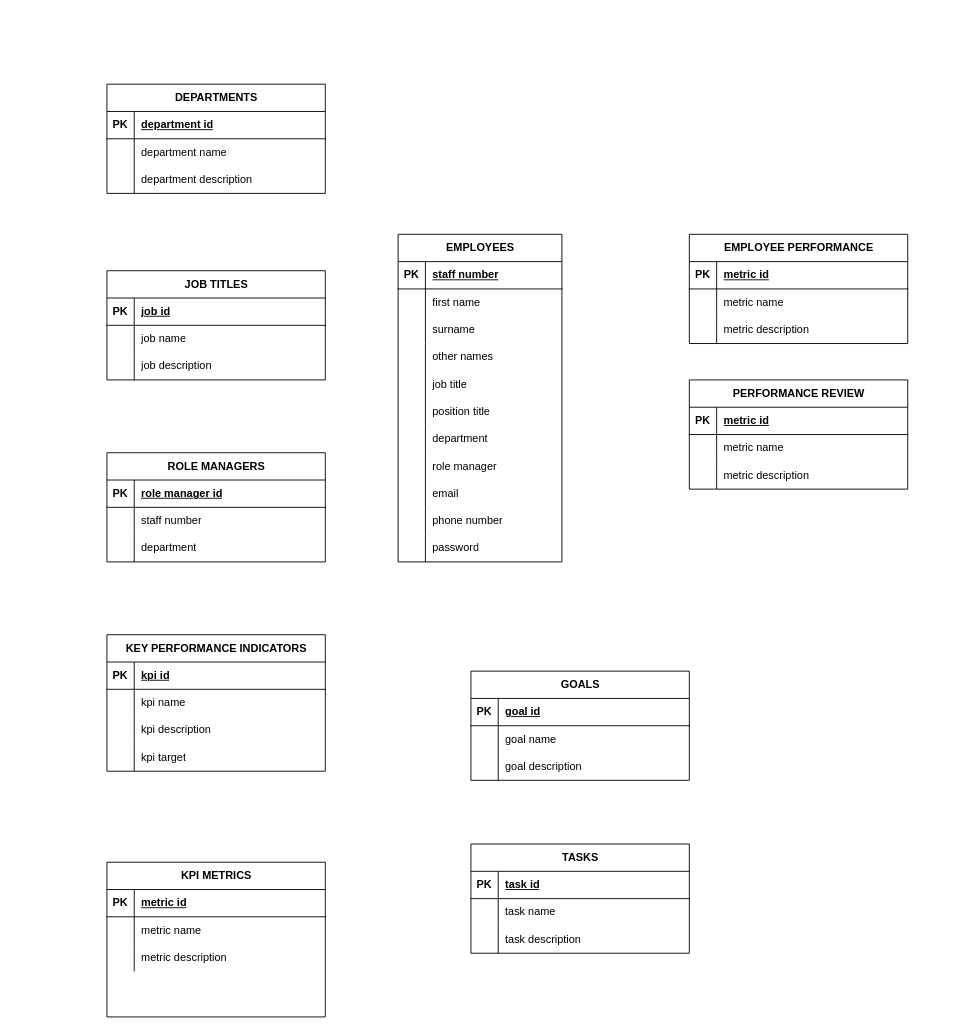
The draw.io diagram PMS.drawio in JohnMugambi/Files, before the edit. Source tidied: cells renumbered, new cells numbered last; positions are measured from the earlier drawing's top-left corner, leaving out a move shared by most shapes. Both pictures are drawn from the tidied source at 91%, with x=0, y=0 at pixel (106, 84).
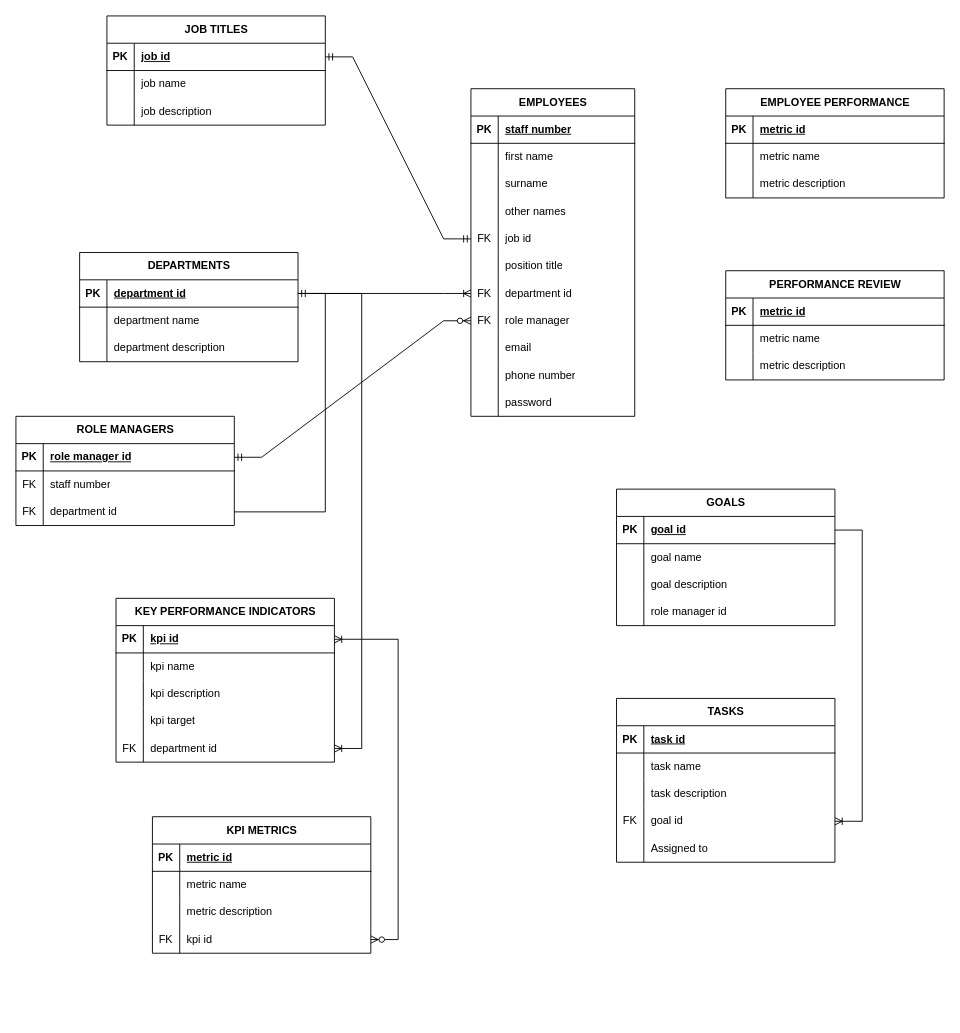
The same diagram, later.

The change refers to these unchanged cells:
```xml
<mxCell id="15" style="shape=tableRow;horizontal=0;startSize=0;swimlaneHead=0;swimlaneBody=0;fillColor=none;points=[[0,0.5],[1,0.5]];portConstraint=eastwest;top=0;left=0;right=0;bottom=0;" parent="2" vertex="1">
  <mxGeometry y="150" width="180" height="30" as="geometry" />
</mxCell>
<mxCell id="21" style="shape=tableRow;horizontal=0;startSize=0;swimlaneHead=0;swimlaneBody=0;fillColor=none;points=[[0,0.5],[1,0.5]];portConstraint=eastwest;top=0;left=0;right=0;bottom=0;" parent="2" vertex="1">
  <mxGeometry y="210" width="180" height="30" as="geometry" />
</mxCell>
<mxCell id="24" style="shape=tableRow;horizontal=0;startSize=0;swimlaneHead=0;swimlaneBody=0;fillColor=none;points=[[0,0.5],[1,0.5]];portConstraint=eastwest;top=0;left=0;right=0;bottom=0;" parent="2" vertex="1">
  <mxGeometry y="240" width="180" height="30" as="geometry" />
</mxCell>
<mxCell id="37" style="shape=tableRow;horizontal=0;startSize=0;swimlaneHead=0;swimlaneBody=0;fillColor=none;points=[[0,0.5],[1,0.5]];portConstraint=eastwest;top=0;left=0;right=0;bottom=1;" parent="36" vertex="1">
  <mxGeometry y="30" width="240" height="30" as="geometry" />
</mxCell>
<mxCell id="57" style="shape=tableRow;horizontal=0;startSize=0;swimlaneHead=0;swimlaneBody=0;fillColor=none;points=[[0,0.5],[1,0.5]];portConstraint=eastwest;top=0;left=0;right=0;bottom=1;" parent="56" vertex="1">
  <mxGeometry y="30" width="240" height="30" as="geometry" />
</mxCell>
<mxCell id="77" style="shape=tableRow;horizontal=0;startSize=0;swimlaneHead=0;swimlaneBody=0;fillColor=none;points=[[0,0.5],[1,0.5]];portConstraint=eastwest;top=0;left=0;right=0;bottom=1;" parent="76" vertex="1">
  <mxGeometry y="30" width="240" height="30" as="geometry" />
</mxCell>
<mxCell id="87" style="shape=tableRow;horizontal=0;startSize=0;swimlaneHead=0;swimlaneBody=0;fillColor=none;points=[[0,0.5],[1,0.5]];portConstraint=eastwest;top=0;left=0;right=0;bottom=1;" parent="86" vertex="1">
  <mxGeometry y="30" width="240" height="30" as="geometry" />
</mxCell>
<mxCell id="90" style="shape=tableRow;horizontal=0;startSize=0;swimlaneHead=0;swimlaneBody=0;fillColor=none;top=0;left=0;right=0;bottom=0;" parent="86" vertex="1">
  <mxGeometry y="60" width="240" height="30" as="geometry" />
</mxCell>
<mxCell id="93" style="shape=tableRow;horizontal=0;startSize=0;swimlaneHead=0;swimlaneBody=0;fillColor=none;points=[[0,0.5],[1,0.5]];portConstraint=eastwest;top=0;left=0;right=0;bottom=0;" parent="86" vertex="1">
  <mxGeometry y="90" width="240" height="30" as="geometry" />
</mxCell>
<mxCell id="97" style="shape=tableRow;horizontal=0;startSize=0;swimlaneHead=0;swimlaneBody=0;fillColor=none;points=[[0,0.5],[1,0.5]];portConstraint=eastwest;top=0;left=0;right=0;bottom=1;" parent="96" vertex="1">
  <mxGeometry y="30" width="240" height="30" as="geometry" />
</mxCell>
```

Change to the diagram source:
```diff
@@
     <mxCell id="2" value="EMPLOYEES" style="shape=table;startSize=30;childLayout=tableLayout;rowLines=0;fontStyle=1;align=center;html=1;" parent="1" vertex="1">
-      <mxGeometry x="320" y="165" width="180" height="360" as="geometry" />
+      <mxGeometry x="400" y="5" width="180" height="360" as="geometry" />
     </mxCell>
@@
-    <mxCell id="16" style="shape=partialRectangle;fillColor=none;top=0;left=0;bottom=0;right=0;overflow=hidden;whiteSpace=wrap;html=1;" parent="15" vertex="1">
+    <mxCell id="16" value="FK" style="shape=partialRectangle;fillColor=none;top=0;left=0;bottom=0;right=0;overflow=hidden;whiteSpace=wrap;html=1;" parent="15" vertex="1">
       <mxGeometry width="30" height="30" as="geometry" />
     </mxCell>
-    <mxCell id="17" value="job title" style="shape=partialRectangle;fillColor=none;top=0;left=0;bottom=0;right=0;align=left;spacingLeft=6;overflow=hidden;whiteSpace=wrap;html=1;" parent="15" vertex="1">
+    <mxCell id="17" value="job id" style="shape=partialRectangle;fillColor=none;top=0;left=0;bottom=0;right=0;align=left;spacingLeft=6;overflow=hidden;whiteSpace=wrap;html=1;" parent="15" vertex="1">
       <mxGeometry x="30" width="150" height="30" as="geometry" />
     </mxCell>
@@
-    <mxCell id="22" style="shape=partialRectangle;fillColor=none;top=0;left=0;bottom=0;right=0;overflow=hidden;whiteSpace=wrap;html=1;" parent="21" vertex="1">
+    <mxCell id="22" value="FK" style="shape=partialRectangle;fillColor=none;top=0;left=0;bottom=0;right=0;overflow=hidden;whiteSpace=wrap;html=1;" parent="21" vertex="1">
       <mxGeometry width="30" height="30" as="geometry" />
     </mxCell>
-    <mxCell id="23" value="department" style="shape=partialRectangle;fillColor=none;top=0;left=0;bottom=0;right=0;align=left;spacingLeft=6;overflow=hidden;whiteSpace=wrap;html=1;" parent="21" vertex="1">
+    <mxCell id="23" value="department id" style="shape=partialRectangle;fillColor=none;top=0;left=0;bottom=0;right=0;align=left;spacingLeft=6;overflow=hidden;whiteSpace=wrap;html=1;" parent="21" vertex="1">
       <mxGeometry x="30" width="150" height="30" as="geometry" />
     </mxCell>
@@
-    <mxCell id="25" style="shape=partialRectangle;fillColor=none;top=0;left=0;bottom=0;right=0;overflow=hidden;whiteSpace=wrap;html=1;" parent="24" vertex="1">
+    <mxCell id="25" value="FK" style="shape=partialRectangle;fillColor=none;top=0;left=0;bottom=0;right=0;overflow=hidden;whiteSpace=wrap;html=1;" parent="24" vertex="1">
       <mxGeometry width="30" height="30" as="geometry" />
     </mxCell>
@@
     <mxCell id="36" value="DEPARTMENTS" style="shape=table;startSize=30;childLayout=tableLayout;rowLines=0;fontStyle=1;align=center;html=1;" parent="1" vertex="1">
-      <mxGeometry width="240" height="120" as="geometry" />
+      <mxGeometry x="-30" y="185" width="240" height="120" as="geometry" />
     </mxCell>
@@
     <mxCell id="46" value="EMPLOYEE PERFORMANCE" style="shape=table;startSize=30;childLayout=tableLayout;rowLines=0;fontStyle=1;align=center;html=1;" parent="1" vertex="1">
-      <mxGeometry x="640" y="165" width="240" height="120" as="geometry" />
+      <mxGeometry x="680" y="5" width="240" height="120" as="geometry" />
     </mxCell>
@@
     <mxCell id="56" value="GOALS" style="shape=table;startSize=30;childLayout=tableLayout;rowLines=0;fontStyle=1;align=center;html=1;" parent="1" vertex="1">
-      <mxGeometry x="400" y="645" width="240" height="120" as="geometry" />
+      <mxGeometry x="560" y="445" width="240" height="150" as="geometry" />
     </mxCell>
@@
+    <mxCell id="129" style="shape=tableRow;horizontal=0;startSize=0;swimlaneHead=0;swimlaneBody=0;fillColor=none;top=0;left=0;right=0;bottom=0;" parent="56" vertex="1">
+      <mxGeometry y="120" width="240" height="30" as="geometry" />
+    </mxCell>
+    <mxCell id="130" style="shape=partialRectangle;fillColor=none;top=0;left=0;bottom=0;right=0;overflow=hidden;whiteSpace=wrap;html=1;" parent="129" vertex="1">
+      <mxGeometry width="30" height="30" as="geometry" />
+    </mxCell>
+    <mxCell id="131" value="role manager id" style="shape=partialRectangle;fillColor=none;top=0;left=0;bottom=0;right=0;align=left;spacingLeft=6;overflow=hidden;whiteSpace=wrap;html=1;" parent="129" vertex="1">
+      <mxGeometry x="30" width="210" height="30" as="geometry" />
+    </mxCell>
     <mxCell id="66" value="PERFORMANCE REVIEW" style="shape=table;startSize=30;childLayout=tableLayout;rowLines=0;fontStyle=1;align=center;html=1;" parent="1" vertex="1">
-      <mxGeometry x="640" y="325" width="240" height="120" as="geometry" />
+      <mxGeometry x="680" y="205" width="240" height="120" as="geometry" />
     </mxCell>
@@
     <mxCell id="76" value="JOB TITLES" style="shape=table;startSize=30;childLayout=tableLayout;rowLines=0;fontStyle=1;align=center;html=1;" parent="1" vertex="1">
-      <mxGeometry y="205" width="240" height="120" as="geometry" />
+      <mxGeometry y="-75" width="240" height="120" as="geometry" />
     </mxCell>
@@
     <mxCell id="86" value="ROLE MANAGERS" style="shape=table;startSize=30;childLayout=tableLayout;rowLines=0;fontStyle=1;align=center;html=1;" parent="1" vertex="1">
-      <mxGeometry y="405" width="240" height="120" as="geometry" />
+      <mxGeometry x="-100" y="365" width="240" height="120" as="geometry" />
     </mxCell>
@@
-    <mxCell id="91" style="shape=partialRectangle;fillColor=none;top=0;left=0;bottom=0;right=0;overflow=hidden;whiteSpace=wrap;html=1;" parent="90" vertex="1">
+    <mxCell id="91" value="FK" style="shape=partialRectangle;fillColor=none;top=0;left=0;bottom=0;right=0;overflow=hidden;whiteSpace=wrap;html=1;" parent="90" vertex="1">
       <mxGeometry width="30" height="30" as="geometry" />
     </mxCell>
@@
-    <mxCell id="94" style="shape=partialRectangle;fillColor=none;top=0;left=0;bottom=0;right=0;overflow=hidden;whiteSpace=wrap;html=1;" parent="93" vertex="1">
+    <mxCell id="94" value="FK" style="shape=partialRectangle;fillColor=none;top=0;left=0;bottom=0;right=0;overflow=hidden;whiteSpace=wrap;html=1;" parent="93" vertex="1">
       <mxGeometry width="30" height="30" as="geometry" />
     </mxCell>
-    <mxCell id="95" value="department" style="shape=partialRectangle;fillColor=none;top=0;left=0;bottom=0;right=0;align=left;spacingLeft=6;overflow=hidden;whiteSpace=wrap;html=1;" parent="93" vertex="1">
+    <mxCell id="95" value="department id" style="shape=partialRectangle;fillColor=none;top=0;left=0;bottom=0;right=0;align=left;spacingLeft=6;overflow=hidden;whiteSpace=wrap;html=1;" parent="93" vertex="1">
       <mxGeometry x="30" width="210" height="30" as="geometry" />
     </mxCell>
     <mxCell id="96" value="KEY PERFORMANCE INDICATORS" style="shape=table;startSize=30;childLayout=tableLayout;rowLines=0;fontStyle=1;align=center;html=1;" parent="1" vertex="1">
-      <mxGeometry y="605" width="240" height="150" as="geometry" />
+      <mxGeometry x="10" y="565" width="240" height="180" as="geometry" />
     </mxCell>
@@
+    <mxCell id="132" style="shape=tableRow;horizontal=0;startSize=0;swimlaneHead=0;swimlaneBody=0;fillColor=none;points=[[0,0.5],[1,0.5]];portConstraint=eastwest;top=0;left=0;right=0;bottom=0;" parent="96" vertex="1">
+      <mxGeometry y="150" width="240" height="30" as="geometry" />
+    </mxCell>
+    <mxCell id="133" value="FK" style="shape=partialRectangle;fillColor=none;top=0;left=0;bottom=0;right=0;overflow=hidden;whiteSpace=wrap;html=1;" parent="132" vertex="1">
+      <mxGeometry width="30" height="30" as="geometry" />
+    </mxCell>
+    <mxCell id="134" value="department id" style="shape=partialRectangle;fillColor=none;top=0;left=0;bottom=0;right=0;align=left;spacingLeft=6;overflow=hidden;whiteSpace=wrap;html=1;" parent="132" vertex="1">
+      <mxGeometry x="30" width="210" height="30" as="geometry" />
+    </mxCell>
     <mxCell id="109" value="KPI METRICS" style="shape=table;startSize=30;childLayout=tableLayout;rowLines=0;fontStyle=1;align=center;html=1;" parent="1" vertex="1">
-      <mxGeometry y="855" width="240" height="170" as="geometry" />
+      <mxGeometry x="50" y="805" width="240" height="150" as="geometry" />
     </mxCell>
@@
+    <mxCell id="135" style="shape=tableRow;horizontal=0;startSize=0;swimlaneHead=0;swimlaneBody=0;fillColor=none;points=[[0,0.5],[1,0.5]];portConstraint=eastwest;top=0;left=0;right=0;bottom=0;" parent="109" vertex="1">
+      <mxGeometry y="120" width="240" height="30" as="geometry" />
+    </mxCell>
+    <mxCell id="136" value="FK" style="shape=partialRectangle;fillColor=none;top=0;left=0;bottom=0;right=0;overflow=hidden;whiteSpace=wrap;html=1;" parent="135" vertex="1">
+      <mxGeometry width="30" height="30" as="geometry" />
+    </mxCell>
+    <mxCell id="137" value="kpi id" style="shape=partialRectangle;fillColor=none;top=0;left=0;bottom=0;right=0;align=left;spacingLeft=6;overflow=hidden;whiteSpace=wrap;html=1;" parent="135" vertex="1">
+      <mxGeometry x="30" width="210" height="30" as="geometry" />
+    </mxCell>
     <mxCell id="119" value="TASKS" style="shape=table;startSize=30;childLayout=tableLayout;rowLines=0;fontStyle=1;align=center;html=1;" parent="1" vertex="1">
-      <mxGeometry x="400" y="835" width="240" height="120" as="geometry" />
+      <mxGeometry x="560" y="675" width="240" height="180" as="geometry" />
     </mxCell>
@@
+    <mxCell id="138" style="shape=tableRow;horizontal=0;startSize=0;swimlaneHead=0;swimlaneBody=0;fillColor=none;points=[[0,0.5],[1,0.5]];portConstraint=eastwest;top=0;left=0;right=0;bottom=0;" parent="119" vertex="1">
+      <mxGeometry y="120" width="240" height="30" as="geometry" />
+    </mxCell>
+    <mxCell id="139" value="FK" style="shape=partialRectangle;fillColor=none;top=0;left=0;bottom=0;right=0;overflow=hidden;whiteSpace=wrap;html=1;" parent="138" vertex="1">
+      <mxGeometry width="30" height="30" as="geometry" />
+    </mxCell>
+    <mxCell id="140" value="goal id" style="shape=partialRectangle;fillColor=none;top=0;left=0;bottom=0;right=0;align=left;spacingLeft=6;overflow=hidden;whiteSpace=wrap;html=1;" parent="138" vertex="1">
+      <mxGeometry x="30" width="210" height="30" as="geometry" />
+    </mxCell>
+    <mxCell id="141" style="shape=tableRow;horizontal=0;startSize=0;swimlaneHead=0;swimlaneBody=0;fillColor=none;top=0;left=0;right=0;bottom=0;" parent="119" vertex="1">
+      <mxGeometry y="150" width="240" height="30" as="geometry" />
+    </mxCell>
+    <mxCell id="142" style="shape=partialRectangle;fillColor=none;top=0;left=0;bottom=0;right=0;overflow=hidden;whiteSpace=wrap;html=1;" parent="141" vertex="1">
+      <mxGeometry width="30" height="30" as="geometry" />
+    </mxCell>
+    <mxCell id="143" value="Assigned to" style="shape=partialRectangle;fillColor=none;top=0;left=0;bottom=0;right=0;align=left;spacingLeft=6;overflow=hidden;whiteSpace=wrap;html=1;" parent="141" vertex="1">
+      <mxGeometry x="30" width="210" height="30" as="geometry" />
+    </mxCell>
+    <mxCell id="144" style="edgeStyle=entityRelationEdgeStyle;fontSize=12;html=1;endArrow=ERmandOne;startArrow=ERmandOne;rounded=0;" parent="1" edge="1" source="15" target="77">
+      <mxGeometry relative="1" as="geometry" />
+    </mxCell>
+    <mxCell id="145" style="edgeStyle=entityRelationEdgeStyle;fontSize=12;html=1;endArrow=ERoneToMany;startArrow=ERzeroToMany;rounded=0;entryX=1;entryY=0.5;entryDx=0;entryDy=0;" parent="1" edge="1" source="135" target="97">
+      <mxGeometry relative="1" as="geometry">
+        <Array as="points">
+          <mxPoint x="-104" y="970" />
+          <mxPoint x="-124" y="960" />
+        </Array>
+      </mxGeometry>
+    </mxCell>
+    <mxCell id="146" style="edgeStyle=entityRelationEdgeStyle;fontSize=12;html=1;endArrow=ERoneToMany;rounded=0;" parent="1" edge="1" source="37" target="132">
+      <mxGeometry relative="1" as="geometry">
+        <Array as="points">
+          <mxPoint x="310" y="485" />
+          <mxPoint x="330" y="475" />
+        </Array>
+      </mxGeometry>
+    </mxCell>
+    <mxCell id="147" style="edgeStyle=entityRelationEdgeStyle;fontSize=12;html=1;endArrow=ERoneToMany;rounded=0;" parent="1" edge="1" source="37" target="21">
+      <mxGeometry relative="1" as="geometry" />
+    </mxCell>
+    <mxCell id="148" style="edgeStyle=entityRelationEdgeStyle;fontSize=12;html=1;endArrow=ERzeroToMany;startArrow=ERmandOne;rounded=0;entryX=0;entryY=0.5;entryDx=0;entryDy=0;" parent="1" edge="1" source="87" target="24">
+      <mxGeometry relative="1" as="geometry" />
+    </mxCell>
+    <mxCell id="149" style="edgeStyle=entityRelationEdgeStyle;fontSize=12;html=1;endArrow=ERmandOne;rounded=0;exitX=1;exitY=0.5;exitDx=0;exitDy=0;" parent="1" edge="1" source="93" target="37">
+      <mxGeometry relative="1" as="geometry" />
+    </mxCell>
+    <mxCell id="150" style="edgeStyle=entityRelationEdgeStyle;fontSize=12;html=1;endArrow=ERoneToMany;rounded=0;" parent="1" edge="1" source="57" target="138">
+      <mxGeometry relative="1" as="geometry">
+        <Array as="points">
+          <mxPoint x="530" y="675" />
+          <mxPoint x="500" y="575" />
+          <mxPoint x="490" y="565" />
+        </Array>
+      </mxGeometry>
+    </mxCell>
```
